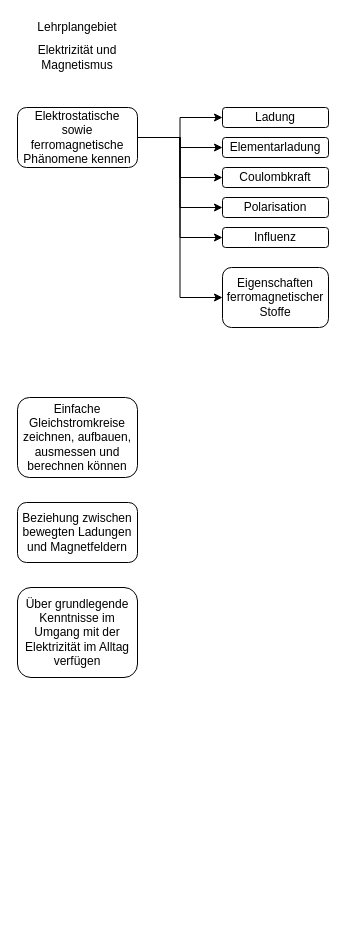
Before: fachlandkarte_elektro_magnetismus.drawio in georgkropat/fachdidaktik_physik, a draw.io diagram. Source tidied: cells renumbered, new cells numbered last; positions are measured from the earlier drawing's top-left corner, leaving out a move shared by most shapes. Both pictures are drawn from the tidied source at 100%, with x=0, y=0 at pixel (17, 17).
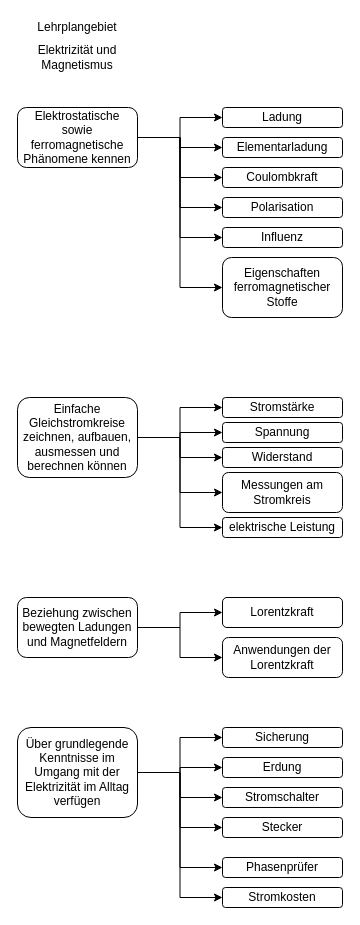
After the change.

Commit message:
Lernplangebiet eingefügt

The change refers to these unchanged cells:
```xml
<mxCell id="11" value="Einfache Gleichstromkreise zeichnen, aufbauen, ausmessen und berechnen können" style="rounded=1;whiteSpace=wrap;html=1;roundedPerimeter=1;" parent="1" vertex="1">
  <mxGeometry y="380" width="120" height="80" as="geometry" />
</mxCell>
```

Change to the diagram source:
```diff
@@
+    <mxCell id="20" style="edgeStyle=orthogonalEdgeStyle;rounded=0;jettySize=auto;html=1;defaultLabelBackgroundColor=page;labelPadding=0 4;" parent="1" edge="1" source="11" target="36">
+      <mxGeometry relative="1" as="geometry" />
+    </mxCell>
+    <mxCell id="21" style="edgeStyle=orthogonalEdgeStyle;rounded=0;jettySize=auto;html=1;entryX=0;entryY=0.5;entryDx=0;entryDy=0;defaultLabelBackgroundColor=page;labelPadding=0 4;" parent="1" edge="1" source="11" target="33">
+      <mxGeometry relative="1" as="geometry" />
+    </mxCell>
+    <mxCell id="22" style="edgeStyle=orthogonalEdgeStyle;rounded=0;jettySize=auto;html=1;entryX=0;entryY=0.5;entryDx=0;entryDy=0;defaultLabelBackgroundColor=page;labelPadding=0 4;" parent="1" edge="1" source="11" target="34">
+      <mxGeometry relative="1" as="geometry" />
+    </mxCell>
+    <mxCell id="23" style="edgeStyle=orthogonalEdgeStyle;rounded=0;jettySize=auto;html=1;entryX=0;entryY=0.5;entryDx=0;entryDy=0;defaultLabelBackgroundColor=page;labelPadding=0 4;" parent="1" edge="1" source="11" target="35">
+      <mxGeometry relative="1" as="geometry" />
+    </mxCell>
+    <mxCell id="24" style="edgeStyle=orthogonalEdgeStyle;rounded=0;jettySize=auto;html=1;entryX=0;entryY=0.5;entryDx=0;entryDy=0;defaultLabelBackgroundColor=page;labelPadding=0 4;" parent="1" edge="1" source="11" target="37">
+      <mxGeometry relative="1" as="geometry" />
+    </mxCell>
@@
+    <mxCell id="25" style="edgeStyle=orthogonalEdgeStyle;rounded=0;jettySize=auto;html=1;entryX=0;entryY=0.5;entryDx=0;entryDy=0;defaultLabelBackgroundColor=page;labelPadding=0 4;" parent="1" edge="1" source="12" target="38">
+      <mxGeometry relative="1" as="geometry" />
+    </mxCell>
+    <mxCell id="26" style="edgeStyle=orthogonalEdgeStyle;rounded=0;jettySize=auto;html=1;defaultLabelBackgroundColor=page;labelPadding=0 4;" parent="1" edge="1" source="12" target="39">
+      <mxGeometry relative="1" as="geometry" />
+    </mxCell>
     <mxCell id="12" value="Beziehung zwischen bewegten Ladungen und Magnetfeldern" style="rounded=1;whiteSpace=wrap;html=1;roundedPerimeter=1;" parent="1" vertex="1">
-      <mxGeometry y="485" width="120" height="60" as="geometry" />
+      <mxGeometry y="580" width="120" height="60" as="geometry" />
     </mxCell>
+    <mxCell id="27" style="edgeStyle=orthogonalEdgeStyle;rounded=0;jettySize=auto;html=1;entryX=0;entryY=0.5;entryDx=0;entryDy=0;defaultLabelBackgroundColor=page;labelPadding=0 4;" parent="1" edge="1" source="13" target="40">
+      <mxGeometry relative="1" as="geometry" />
+    </mxCell>
+    <mxCell id="28" style="edgeStyle=orthogonalEdgeStyle;rounded=0;jettySize=auto;html=1;entryX=0;entryY=0.5;entryDx=0;entryDy=0;defaultLabelBackgroundColor=page;labelPadding=0 4;" parent="1" edge="1" source="13" target="41">
+      <mxGeometry relative="1" as="geometry" />
+    </mxCell>
+    <mxCell id="29" style="edgeStyle=orthogonalEdgeStyle;rounded=0;jettySize=auto;html=1;entryX=0;entryY=0.5;entryDx=0;entryDy=0;defaultLabelBackgroundColor=page;labelPadding=0 4;" parent="1" edge="1" source="13" target="42">
+      <mxGeometry relative="1" as="geometry" />
+    </mxCell>
+    <mxCell id="30" style="edgeStyle=orthogonalEdgeStyle;rounded=0;jettySize=auto;html=1;entryX=0;entryY=0.5;entryDx=0;entryDy=0;defaultLabelBackgroundColor=page;labelPadding=0 4;" parent="1" edge="1" source="13" target="43">
+      <mxGeometry relative="1" as="geometry" />
+    </mxCell>
+    <mxCell id="31" style="edgeStyle=orthogonalEdgeStyle;rounded=0;jettySize=auto;html=1;entryX=0;entryY=0.5;entryDx=0;entryDy=0;defaultLabelBackgroundColor=page;labelPadding=0 4;" parent="1" edge="1" source="13" target="44">
+      <mxGeometry relative="1" as="geometry" />
+    </mxCell>
+    <mxCell id="32" style="edgeStyle=orthogonalEdgeStyle;rounded=0;jettySize=auto;html=1;entryX=0;entryY=0.5;entryDx=0;entryDy=0;defaultLabelBackgroundColor=page;labelPadding=0 4;" parent="1" edge="1" source="13" target="45">
+      <mxGeometry relative="1" as="geometry" />
+    </mxCell>
     <mxCell id="13" value="Über grundlegende Kenntnisse im Umgang mit der Elektrizität im Alltag verfügen" style="rounded=1;whiteSpace=wrap;html=1;roundedPerimeter=1;" parent="1" vertex="1">
-      <mxGeometry y="570" width="120" height="90" as="geometry" />
+      <mxGeometry y="710" width="120" height="90" as="geometry" />
     </mxCell>
     <mxCell id="14" value="Ladung" style="rounded=1;whiteSpace=wrap;html=1;roundedPerimeter=1;" parent="1" vertex="1">
-      <mxGeometry x="205" y="90" width="106" height="20" as="geometry" />
+      <mxGeometry x="205" y="90" width="120" height="20" as="geometry" />
     </mxCell>
     <mxCell id="15" value="Elementarladung" style="rounded=1;whiteSpace=wrap;html=1;roundedPerimeter=1;" parent="1" vertex="1">
-      <mxGeometry x="205" y="120" width="106" height="20" as="geometry" />
+      <mxGeometry x="205" y="120" width="120" height="20" as="geometry" />
     </mxCell>
     <mxCell id="16" value="Coulombkraft" style="rounded=1;whiteSpace=wrap;html=1;roundedPerimeter=1;" parent="1" vertex="1">
-      <mxGeometry x="205" y="150" width="106" height="20" as="geometry" />
+      <mxGeometry x="205" y="150" width="120" height="20" as="geometry" />
     </mxCell>
     <mxCell id="17" value="Polarisation" style="rounded=1;whiteSpace=wrap;html=1;roundedPerimeter=1;" parent="1" vertex="1">
-      <mxGeometry x="205" y="180" width="106" height="20" as="geometry" />
+      <mxGeometry x="205" y="180" width="120" height="20" as="geometry" />
     </mxCell>
     <mxCell id="18" value="Influenz" style="rounded=1;whiteSpace=wrap;html=1;roundedPerimeter=1;" parent="1" vertex="1">
-      <mxGeometry x="205" y="210" width="106" height="20" as="geometry" />
+      <mxGeometry x="205" y="210" width="120" height="20" as="geometry" />
     </mxCell>
     <mxCell id="19" value="Eigenschaften ferromagnetischer Stoffe" style="rounded=1;whiteSpace=wrap;html=1;roundedPerimeter=1;" parent="1" vertex="1">
-      <mxGeometry x="205" y="250" width="106" height="60" as="geometry" />
+      <mxGeometry x="205" y="240" width="120" height="60" as="geometry" />
     </mxCell>
+    <mxCell id="33" value="Stromstärke" style="rounded=1;whiteSpace=wrap;html=1;roundedPerimeter=1;" parent="1" vertex="1">
+      <mxGeometry x="205" y="380" width="120" height="20" as="geometry" />
+    </mxCell>
+    <mxCell id="34" value="Spannung" style="rounded=1;whiteSpace=wrap;html=1;roundedPerimeter=1;" parent="1" vertex="1">
+      <mxGeometry x="205" y="405" width="120" height="20" as="geometry" />
+    </mxCell>
+    <mxCell id="35" value="Widerstand" style="rounded=1;whiteSpace=wrap;html=1;roundedPerimeter=1;" parent="1" vertex="1">
+      <mxGeometry x="205" y="430" width="120" height="20" as="geometry" />
+    </mxCell>
+    <mxCell id="36" value="Messungen am Stromkreis" style="rounded=1;whiteSpace=wrap;html=1;roundedPerimeter=1;" parent="1" vertex="1">
+      <mxGeometry x="205" y="455" width="120" height="40" as="geometry" />
+    </mxCell>
+    <mxCell id="37" value="elektrische Leistung" style="rounded=1;whiteSpace=wrap;html=1;roundedPerimeter=1;" parent="1" vertex="1">
+      <mxGeometry x="205" y="500" width="120" height="20" as="geometry" />
+    </mxCell>
+    <mxCell id="38" value="Lorentzkraft" style="rounded=1;whiteSpace=wrap;html=1;roundedPerimeter=1;" parent="1" vertex="1">
+      <mxGeometry x="205" y="580" width="120" height="30" as="geometry" />
+    </mxCell>
+    <mxCell id="39" value="Anwendungen der Lorentzkraft" style="rounded=1;whiteSpace=wrap;html=1;roundedPerimeter=1;" parent="1" vertex="1">
+      <mxGeometry x="205" y="620" width="120" height="40" as="geometry" />
+    </mxCell>
+    <mxCell id="40" value="Sicherung" style="rounded=1;whiteSpace=wrap;html=1;roundedPerimeter=1;" parent="1" vertex="1">
+      <mxGeometry x="205" y="710" width="120" height="20" as="geometry" />
+    </mxCell>
+    <mxCell id="41" value="Erdung" style="rounded=1;whiteSpace=wrap;html=1;roundedPerimeter=1;" parent="1" vertex="1">
+      <mxGeometry x="205" y="740" width="120" height="20" as="geometry" />
+    </mxCell>
+    <mxCell id="42" value="Stromschalter" style="rounded=1;whiteSpace=wrap;html=1;roundedPerimeter=1;" parent="1" vertex="1">
+      <mxGeometry x="205" y="770" width="120" height="20" as="geometry" />
+    </mxCell>
+    <mxCell id="43" value="Stecker" style="rounded=1;whiteSpace=wrap;html=1;roundedPerimeter=1;" parent="1" vertex="1">
+      <mxGeometry x="205" y="800" width="120" height="20" as="geometry" />
+    </mxCell>
+    <mxCell id="44" value="Phasenprüfer" style="rounded=1;whiteSpace=wrap;html=1;roundedPerimeter=1;" parent="1" vertex="1">
+      <mxGeometry x="205" y="840" width="120" height="20" as="geometry" />
+    </mxCell>
+    <mxCell id="45" value="Stromkosten" style="rounded=1;whiteSpace=wrap;html=1;roundedPerimeter=1;" parent="1" vertex="1">
+      <mxGeometry x="205" y="870" width="120" height="20" as="geometry" />
+    </mxCell>
```
